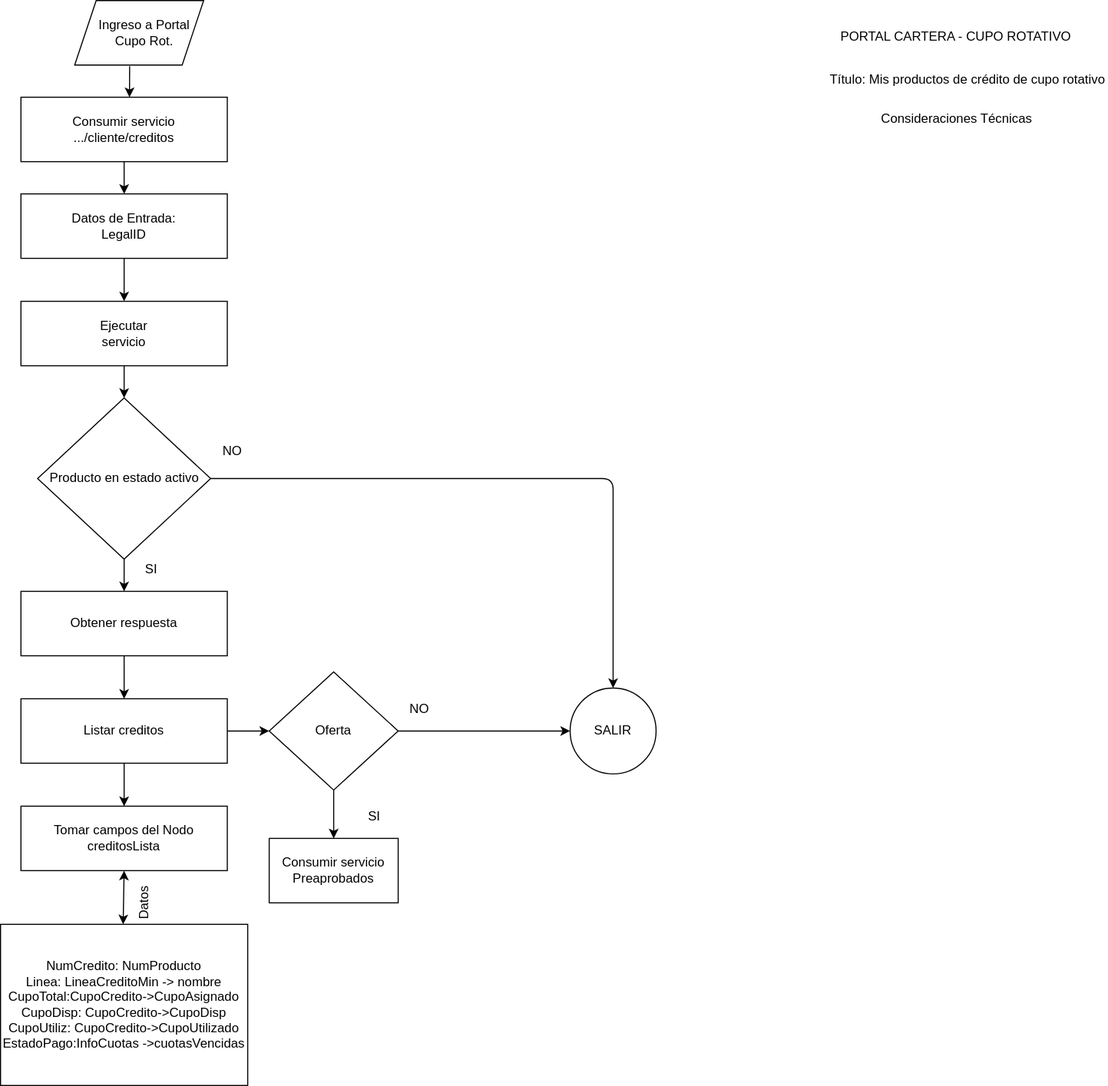
coderunner86/compensar-diagramas-flujo keeps this draw.io diagram as DIagrama_de_flujo_hu_113_AC1_Back.svg. Above is the earlier version. Source tidied: cells renumbered, new cells last; positions are measured from the earlier drawing's top-left corner, leaving out a move shared by most shapes.
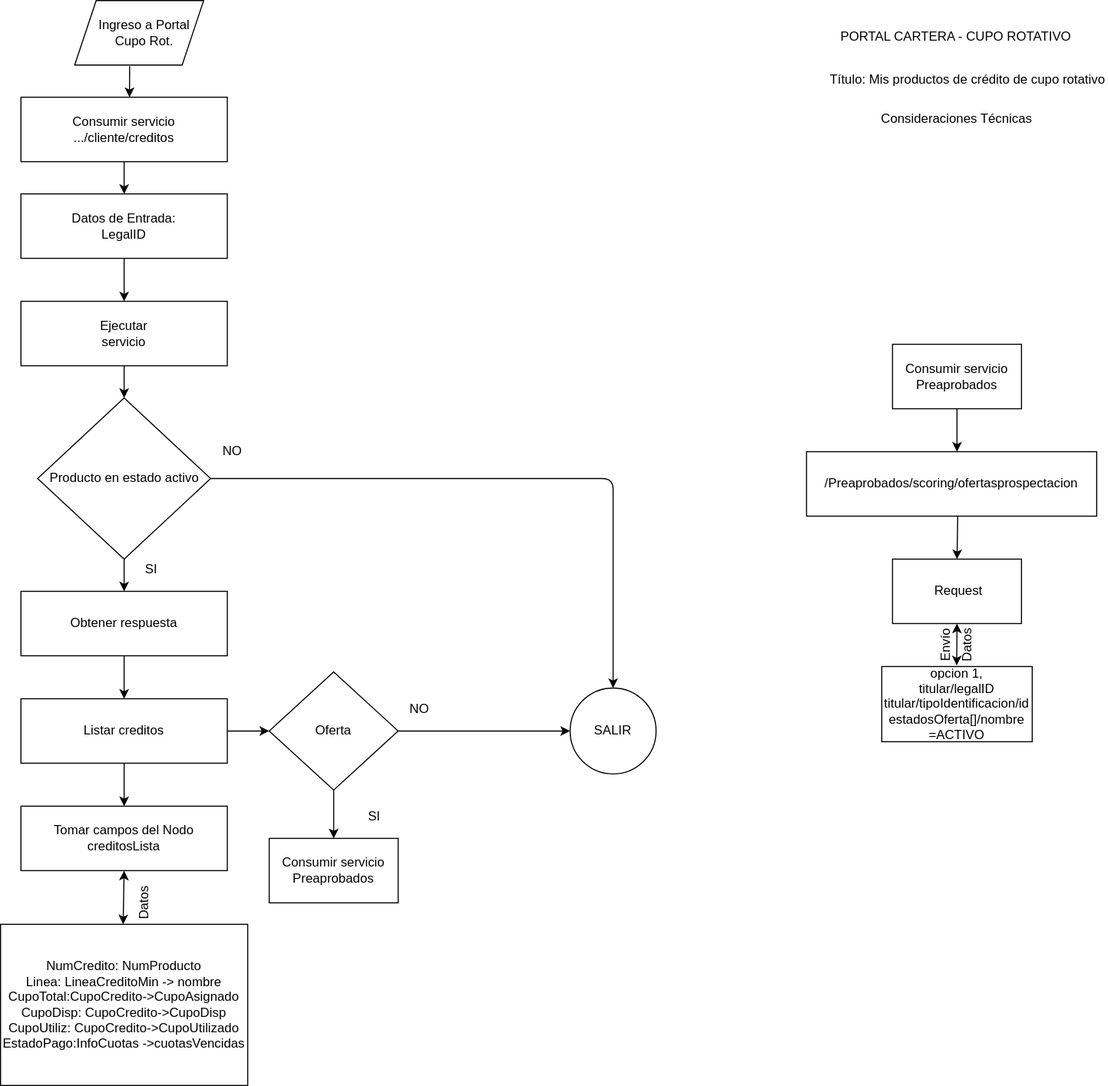
After the commit.

What changed in the source:
```diff
@@ -120,5 +120,34 @@
     <mxCell id="36" value="Consideraciones Técnicas" style="text;html=1;strokeColor=none;fillColor=none;align=center;verticalAlign=middle;whiteSpace=wrap;rounded=0;" parent="1" vertex="1">
       <mxGeometry x="790" y="100" width="200" height="20" as="geometry" />
     </mxCell>
+    <mxCell id="37" value="Consumir servicio &lt;br&gt;Preaprobados" style="rounded=0;whiteSpace=wrap;html=1;" parent="1" vertex="1">
+      <mxGeometry x="830" y="320" width="120" height="60" as="geometry" />
+    </mxCell>
+    <mxCell id="38" style="endArrow=classic;html=1;exitX=0.5;exitY=1;exitDx=0;exitDy=0;" parent="1" edge="1" source="37">
+      <mxGeometry relative="1" as="geometry">
+        <mxPoint x="890" y="420" as="targetPoint" />
+      </mxGeometry>
+    </mxCell>
+    <mxCell id="39" value="/Preaprobados/scoring/ofertasprospectacion" style="rounded=0;whiteSpace=wrap;html=1;" parent="1" vertex="1">
+      <mxGeometry x="750" y="420" width="270" height="60" as="geometry" />
+    </mxCell>
+    <mxCell id="40" value="&amp;nbsp;Request" style="rounded=0;whiteSpace=wrap;html=1;" parent="1" vertex="1">
+      <mxGeometry x="830" y="520" width="120" height="60" as="geometry" />
+    </mxCell>
+    <mxCell id="41" style="endArrow=classic;html=1;exitX=0.521;exitY=0.994;exitDx=0;exitDy=0;exitPerimeter=0;entryX=0.5;entryY=0;entryDx=0;entryDy=0;" parent="1" edge="1" source="39" target="40">
+      <mxGeometry relative="1" as="geometry" />
+    </mxCell>
+    <mxCell id="42" style="endArrow=classic;startArrow=classic;html=1;entryX=0.5;entryY=1;entryDx=0;entryDy=0;exitX=0.498;exitY=-0.016;exitDx=0;exitDy=0;exitPerimeter=0;" parent="1" edge="1" source="43" target="40">
+      <mxGeometry relative="1" as="geometry" />
+    </mxCell>
+    <mxCell id="43" value="opcion 1,&lt;br/&gt;titular/legalID&lt;br/&gt;titular/tipoIdentificacion/id&lt;br/&gt;estadosOferta[]/nombre &lt;br/&gt;=ACTIVO" style="rounded=0;whiteSpace=wrap;html=1;" parent="1" vertex="1">
+      <mxGeometry x="820" y="620" width="140" height="70" as="geometry" />
+    </mxCell>
+    <mxCell id="44" value="Envío&lt;br&gt;" style="text;html=1;strokeColor=none;fillColor=none;align=center;verticalAlign=middle;whiteSpace=wrap;rounded=0;rotation=-90;" parent="1" vertex="1">
+      <mxGeometry x="860" y="590" width="40" height="20" as="geometry" />
+    </mxCell>
+    <mxCell id="45" value="Datos" style="text;html=1;strokeColor=none;fillColor=none;align=center;verticalAlign=middle;whiteSpace=wrap;rounded=0;rotation=-90;" parent="1" vertex="1">
+      <mxGeometry x="880" y="590" width="40" height="20" as="geometry" />
+    </mxCell>
   </root>
 </mxGraphModel>
```
